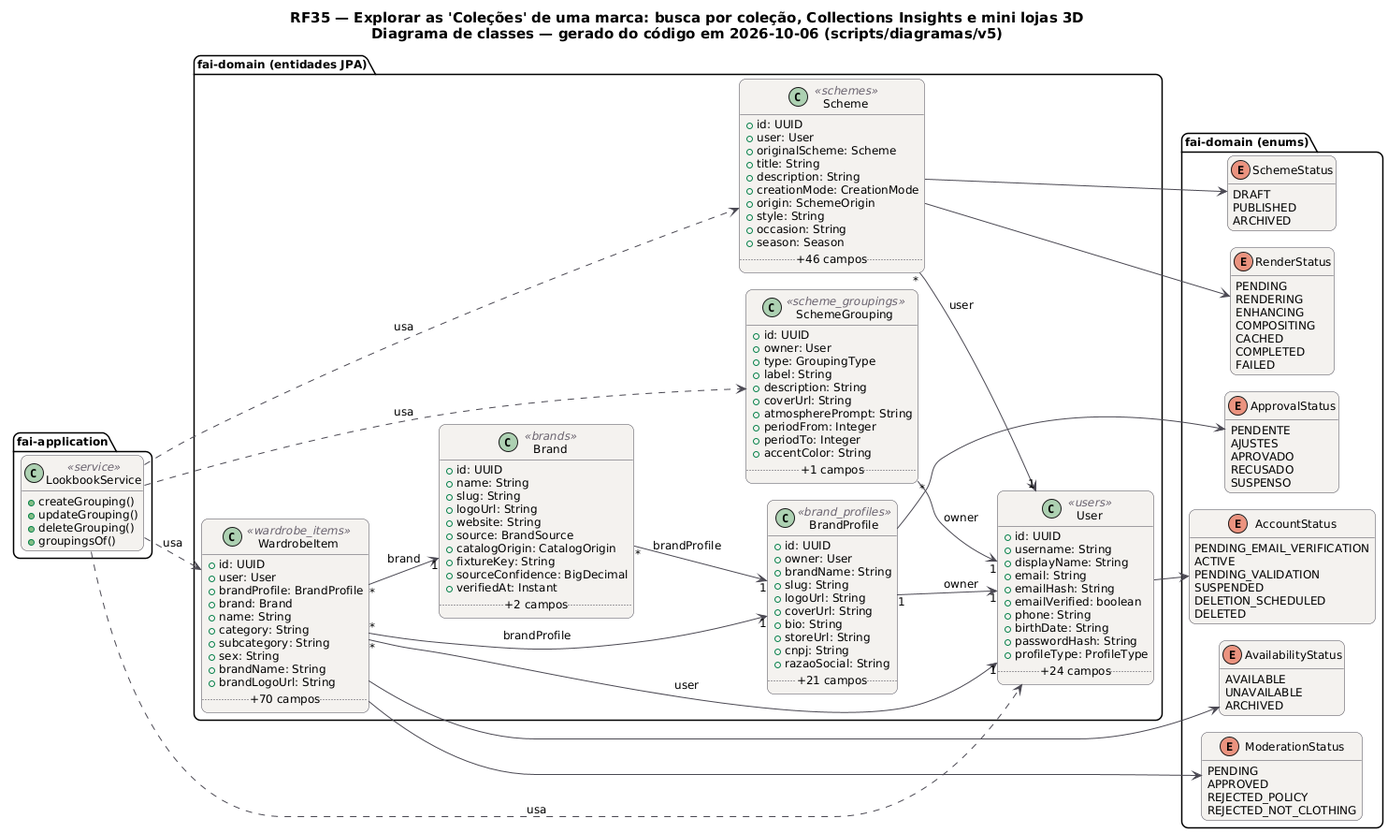
The PlantUML diagram docs/diagramas/RF35/RF35_Classes.png in MatheusHaliski/tcc-2026-fashion-ai-backend, before a commit.
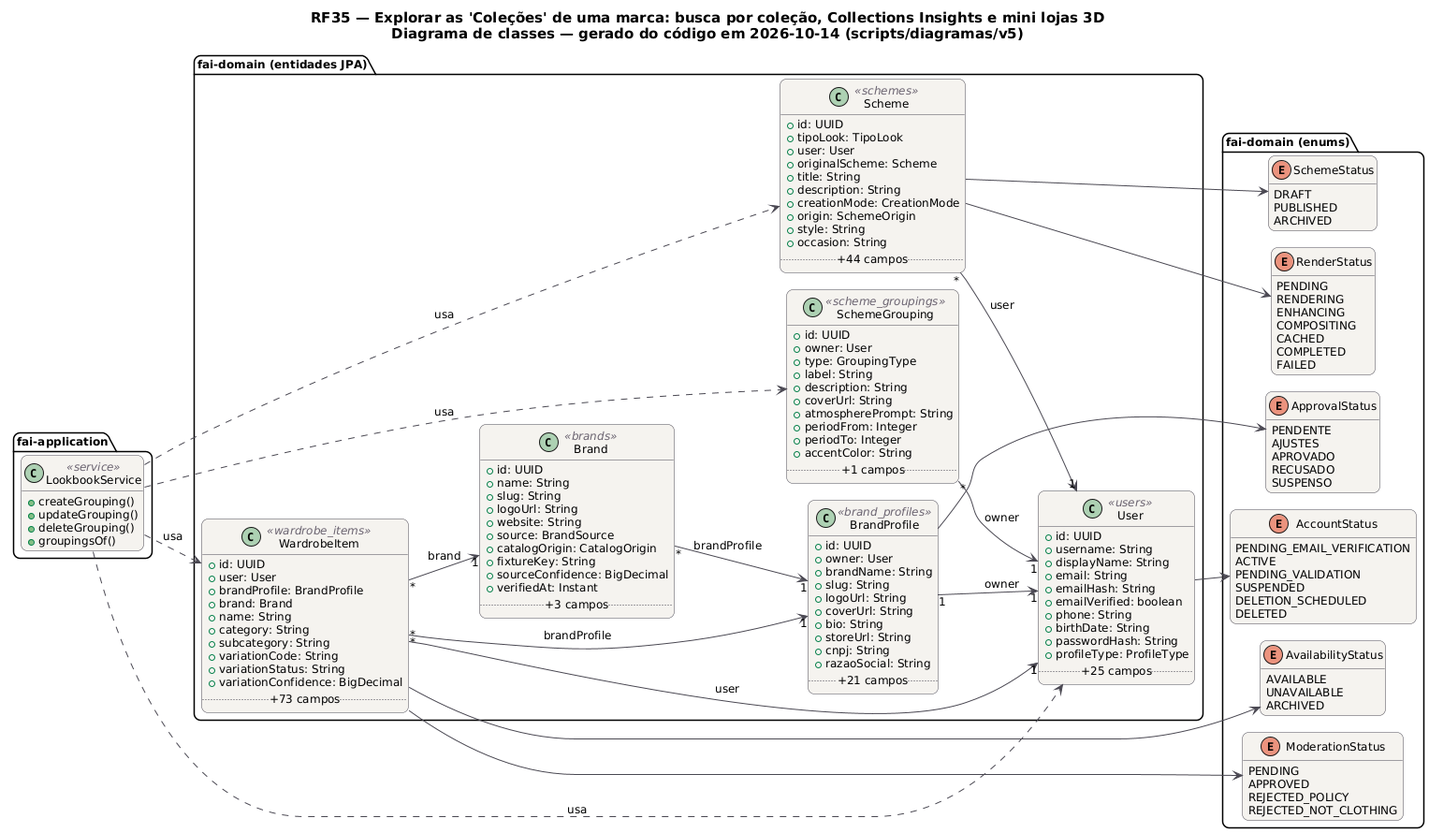
After the commit.

The edit, as a diff of the source:
```diff
@@ -20,7 +20,7 @@
 }
 hide empty members
 left to right direction
-title RF35 — Explorar as 'Coleções' de uma marca: busca por coleção, Collections Insights e mini lojas 3D\nDiagrama de classes — gerado do código em 2026-10-06 (scripts/diagramas/v5)
+title RF35 — Explorar as 'Coleções' de uma marca: busca por coleção, Collections Insights e mini lojas 3D\nDiagrama de classes — gerado do código em 2026-10-14 (scripts/diagramas/v5)
 
 package "fai-domain (entidades JPA)" {
   class Brand <<brands>> {
@@ -34,7 +34,7 @@
     +fixtureKey: String
     +sourceConfidence: BigDecimal
     +verifiedAt: Instant
-    .. +2 campos ..
+    .. +3 campos ..
   }
   class BrandProfile <<brand_profiles>> {
     +id: UUID
@@ -51,6 +51,7 @@
   }
   class Scheme <<schemes>> {
     +id: UUID
+    +tipoLook: TipoLook
     +user: User
     +originalScheme: Scheme
     +title: String
@@ -59,8 +60,7 @@
     +origin: SchemeOrigin
     +style: String
     +occasion: String
-    +season: Season
-    .. +46 campos ..
+    .. +44 campos ..
   }
   class SchemeGrouping <<scheme_groupings>> {
     +id: UUID
@@ -86,7 +86,7 @@
     +birthDate: String
     +passwordHash: String
     +profileType: ProfileType
-    .. +24 campos ..
+    .. +25 campos ..
   }
   class WardrobeItem <<wardrobe_items>> {
     +id: UUID
@@ -96,10 +96,10 @@
     +name: String
     +category: String
     +subcategory: String
-    +sex: String
-    +brandName: String
-    +brandLogoUrl: String
-    .. +70 campos ..
+    +variationCode: String
+    +variationStatus: String
+    +variationConfidence: BigDecimal
+    .. +73 campos ..
   }
 }
 package "fai-domain (enums)" {
```
